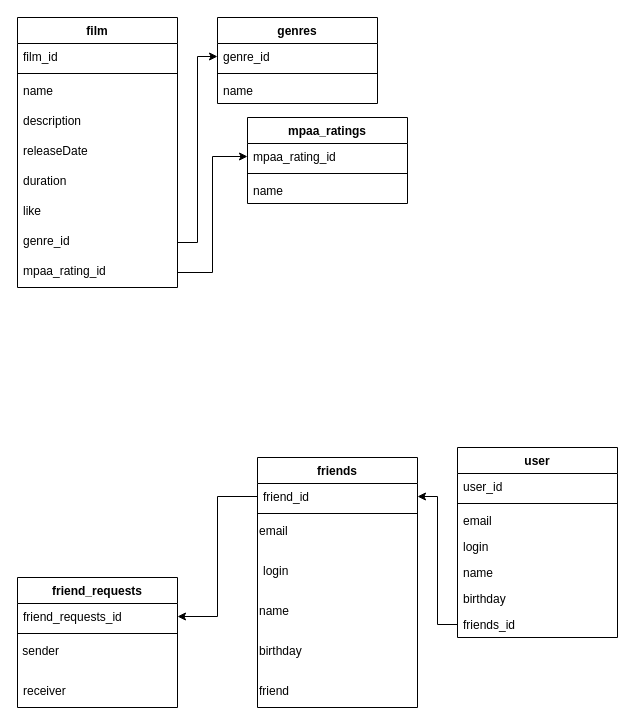
Above: Untitled Diagram.drawio in Soylf/java-filmorate (draw.io), before the change. Source tidied: cells renumbered, new cells numbered last; positions are measured from the earlier drawing's top-left corner, leaving out a move shared by most shapes. Both pictures are drawn from the tidied source at 100%, with x=0, y=0 at pixel (17, 17).
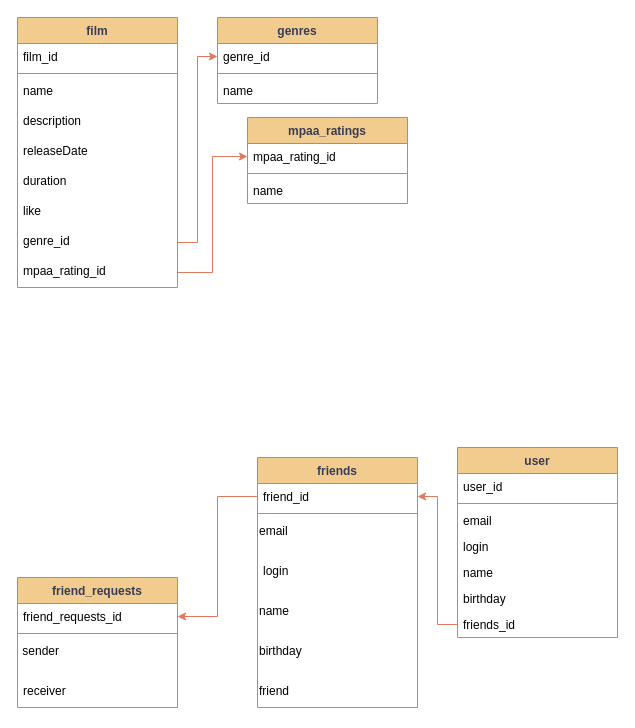
After the change.

Change to the diagram source:
```diff
@@
-    <mxCell id="2" value="film" style="swimlane;fontStyle=1;align=center;verticalAlign=top;horizontal=1;startSize=26;whiteSpace=wrap;html=1;direction=east;" parent="1" vertex="1">
+    <mxCell id="2" value="film" style="swimlane;fontStyle=1;align=center;verticalAlign=top;horizontal=1;startSize=26;whiteSpace=wrap;html=1;direction=east;labelBackgroundColor=none;fillColor=#F2CC8F;strokeColor=#E07A5F;fontColor=#393C56;" parent="1" vertex="1">
       <mxGeometry width="160" height="270" as="geometry" />
     </mxCell>
-    <mxCell id="3" value="film_id" style="text;strokeColor=none;fillColor=none;align=left;verticalAlign=top;spacingLeft=4;spacingRight=4;overflow=hidden;whiteSpace=wrap;html=1;" parent="2" vertex="1">
+    <mxCell id="3" value="film_id" style="text;align=left;verticalAlign=top;spacingLeft=4;spacingRight=4;overflow=hidden;whiteSpace=wrap;html=1;labelBackgroundColor=none;" parent="2" vertex="1">
       <mxGeometry y="26" width="160" height="26" as="geometry" />
     </mxCell>
-    <mxCell id="4" style="line;strokeWidth=1;fillColor=none;align=left;verticalAlign=middle;spacingTop=-1;spacingLeft=3;spacingRight=3;labelPosition=right;strokeColor=inherit;" parent="2" vertex="1">
+    <mxCell id="4" style="line;strokeWidth=1;fillColor=none;align=left;verticalAlign=middle;spacingTop=-1;spacingLeft=3;spacingRight=3;labelPosition=right;strokeColor=#E07A5F;labelBackgroundColor=none;fontColor=#393C56;" parent="2" vertex="1">
       <mxGeometry y="52" width="160" height="8" as="geometry" />
     </mxCell>
-    <mxCell id="5" value="name" style="text;strokeColor=none;fillColor=none;align=left;verticalAlign=top;spacingLeft=4;spacingRight=4;overflow=hidden;whiteSpace=wrap;html=1;" parent="2" vertex="1">
+    <mxCell id="5" value="name" style="text;align=left;verticalAlign=top;spacingLeft=4;spacingRight=4;overflow=hidden;whiteSpace=wrap;html=1;labelBackgroundColor=none;" parent="2" vertex="1">
       <mxGeometry y="60" width="160" height="30" as="geometry" />
     </mxCell>
-    <mxCell id="6" value="description" style="text;strokeColor=none;fillColor=none;align=left;verticalAlign=top;spacingLeft=4;spacingRight=4;overflow=hidden;whiteSpace=wrap;html=1;" parent="2" vertex="1">
+    <mxCell id="6" value="description" style="text;align=left;verticalAlign=top;spacingLeft=4;spacingRight=4;overflow=hidden;whiteSpace=wrap;html=1;labelBackgroundColor=none;" parent="2" vertex="1">
       <mxGeometry y="90" width="160" height="30" as="geometry" />
     </mxCell>
-    <mxCell id="7" value="releaseDate" style="text;strokeColor=none;fillColor=none;align=left;verticalAlign=top;spacingLeft=4;spacingRight=4;overflow=hidden;whiteSpace=wrap;html=1;" parent="2" vertex="1">
+    <mxCell id="7" value="releaseDate" style="text;align=left;verticalAlign=top;spacingLeft=4;spacingRight=4;overflow=hidden;whiteSpace=wrap;html=1;labelBackgroundColor=none;" parent="2" vertex="1">
       <mxGeometry y="120" width="160" height="30" as="geometry" />
     </mxCell>
-    <mxCell id="8" value="duration" style="text;strokeColor=none;fillColor=none;align=left;verticalAlign=top;spacingLeft=4;spacingRight=4;overflow=hidden;whiteSpace=wrap;html=1;" parent="2" vertex="1">
+    <mxCell id="8" value="duration" style="text;align=left;verticalAlign=top;spacingLeft=4;spacingRight=4;overflow=hidden;whiteSpace=wrap;html=1;labelBackgroundColor=none;" parent="2" vertex="1">
       <mxGeometry y="150" width="160" height="30" as="geometry" />
     </mxCell>
-    <mxCell id="9" value="like" style="text;strokeColor=none;fillColor=none;align=left;verticalAlign=top;spacingLeft=4;spacingRight=4;overflow=hidden;whiteSpace=wrap;html=1;" parent="2" vertex="1">
+    <mxCell id="9" value="like" style="text;align=left;verticalAlign=top;spacingLeft=4;spacingRight=4;overflow=hidden;whiteSpace=wrap;html=1;labelBackgroundColor=none;" parent="2" vertex="1">
       <mxGeometry y="180" width="160" height="30" as="geometry" />
     </mxCell>
-    <mxCell id="10" value="genre_id" style="text;strokeColor=none;fillColor=none;align=left;verticalAlign=top;spacingLeft=4;spacingRight=4;overflow=hidden;points=[[0,0.5],[1,0.5]];portConstraint=eastwest;whiteSpace=wrap;html=1;" parent="2" vertex="1">
+    <mxCell id="10" value="genre_id" style="text;align=left;verticalAlign=top;spacingLeft=4;spacingRight=4;overflow=hidden;points=[[0,0.5],[1,0.5]];portConstraint=eastwest;whiteSpace=wrap;html=1;labelBackgroundColor=none;" parent="2" vertex="1">
       <mxGeometry y="210" width="160" height="30" as="geometry" />
     </mxCell>
-    <mxCell id="11" value="mpaa_rating_id" style="text;strokeColor=none;fillColor=none;align=left;verticalAlign=top;spacingLeft=4;spacingRight=4;overflow=hidden;points=[[0,0.5],[1,0.5]];portConstraint=eastwest;whiteSpace=wrap;html=1;" parent="2" vertex="1">
+    <mxCell id="11" value="mpaa_rating_id" style="text;align=left;verticalAlign=top;spacingLeft=4;spacingRight=4;overflow=hidden;points=[[0,0.5],[1,0.5]];portConstraint=eastwest;whiteSpace=wrap;html=1;labelBackgroundColor=none;" parent="2" vertex="1">
       <mxGeometry y="240" width="160" height="30" as="geometry" />
     </mxCell>
-    <mxCell id="12" value="genres" style="swimlane;fontStyle=1;align=center;verticalAlign=top;horizontal=1;startSize=26;whiteSpace=wrap;html=1;" parent="1" vertex="1">
+    <mxCell id="12" value="genres" style="swimlane;fontStyle=1;align=center;verticalAlign=top;horizontal=1;startSize=26;whiteSpace=wrap;html=1;labelBackgroundColor=none;fillColor=#F2CC8F;strokeColor=#E07A5F;fontColor=#393C56;" parent="1" vertex="1">
       <mxGeometry x="200" width="160" height="86" as="geometry" />
     </mxCell>
-    <mxCell id="13" value="genre_id" style="text;strokeColor=none;fillColor=none;align=left;verticalAlign=top;spacingLeft=4;spacingRight=4;overflow=hidden;points=[[0,0.5],[1,0.5]];portConstraint=eastwest;whiteSpace=wrap;html=1;" parent="12" vertex="1">
+    <mxCell id="13" value="genre_id" style="text;align=left;verticalAlign=top;spacingLeft=4;spacingRight=4;overflow=hidden;points=[[0,0.5],[1,0.5]];portConstraint=eastwest;whiteSpace=wrap;html=1;labelBackgroundColor=none;" parent="12" vertex="1">
       <mxGeometry y="26" width="160" height="26" as="geometry" />
     </mxCell>
-    <mxCell id="14" style="line;strokeWidth=1;fillColor=none;align=left;verticalAlign=middle;spacingTop=-1;spacingLeft=3;spacingRight=3;labelPosition=right;strokeColor=inherit;" parent="12" vertex="1">
+    <mxCell id="14" style="line;strokeWidth=1;fillColor=none;align=left;verticalAlign=middle;spacingTop=-1;spacingLeft=3;spacingRight=3;labelPosition=right;strokeColor=#E07A5F;labelBackgroundColor=none;fontColor=#393C56;" parent="12" vertex="1">
       <mxGeometry y="52" width="160" height="8" as="geometry" />
     </mxCell>
-    <mxCell id="15" value="name" style="text;strokeColor=none;fillColor=none;align=left;verticalAlign=top;spacingLeft=4;spacingRight=4;overflow=hidden;whiteSpace=wrap;html=1;" parent="12" vertex="1">
+    <mxCell id="15" value="name" style="text;align=left;verticalAlign=top;spacingLeft=4;spacingRight=4;overflow=hidden;whiteSpace=wrap;html=1;labelBackgroundColor=none;" parent="12" vertex="1">
       <mxGeometry y="60" width="160" height="26" as="geometry" />
     </mxCell>
-    <mxCell id="16" value="mpaa_ratings" style="swimlane;fontStyle=1;align=center;verticalAlign=top;horizontal=1;startSize=26;whiteSpace=wrap;html=1;" parent="1" vertex="1">
+    <mxCell id="16" value="mpaa_ratings" style="swimlane;fontStyle=1;align=center;verticalAlign=top;horizontal=1;startSize=26;whiteSpace=wrap;html=1;labelBackgroundColor=none;fillColor=#F2CC8F;strokeColor=#E07A5F;fontColor=#393C56;" parent="1" vertex="1">
       <mxGeometry x="230" y="100" width="160" height="86" as="geometry" />
     </mxCell>
-    <mxCell id="17" value="mpaa_rating_id" style="text;strokeColor=none;fillColor=none;align=left;verticalAlign=top;spacingLeft=4;spacingRight=4;overflow=hidden;points=[[0,0.5],[1,0.5]];portConstraint=eastwest;whiteSpace=wrap;html=1;" parent="16" vertex="1">
+    <mxCell id="17" value="mpaa_rating_id" style="text;align=left;verticalAlign=top;spacingLeft=4;spacingRight=4;overflow=hidden;points=[[0,0.5],[1,0.5]];portConstraint=eastwest;whiteSpace=wrap;html=1;labelBackgroundColor=none;" parent="16" vertex="1">
       <mxGeometry y="26" width="160" height="26" as="geometry" />
     </mxCell>
-    <mxCell id="18" style="line;strokeWidth=1;fillColor=none;align=left;verticalAlign=middle;spacingTop=-1;spacingLeft=3;spacingRight=3;labelPosition=right;strokeColor=inherit;" parent="16" vertex="1">
+    <mxCell id="18" style="line;strokeWidth=1;fillColor=none;align=left;verticalAlign=middle;spacingTop=-1;spacingLeft=3;spacingRight=3;labelPosition=right;strokeColor=#E07A5F;labelBackgroundColor=none;fontColor=#393C56;" parent="16" vertex="1">
       <mxGeometry y="52" width="160" height="8" as="geometry" />
     </mxCell>
-    <mxCell id="19" value="name" style="text;strokeColor=none;fillColor=none;align=left;verticalAlign=top;spacingLeft=4;spacingRight=4;overflow=hidden;whiteSpace=wrap;html=1;" parent="16" vertex="1">
+    <mxCell id="19" value="name" style="text;align=left;verticalAlign=top;spacingLeft=4;spacingRight=4;overflow=hidden;whiteSpace=wrap;html=1;labelBackgroundColor=none;" parent="16" vertex="1">
       <mxGeometry y="60" width="160" height="26" as="geometry" />
     </mxCell>
-    <mxCell id="20" style="edgeStyle=orthogonalEdgeStyle;rounded=0;jettySize=auto;html=1;exitX=1;exitY=0.5;exitDx=0;exitDy=0;entryX=0;entryY=0.5;entryDx=0;entryDy=0;" parent="1" edge="1" source="11" target="17">
+    <mxCell id="20" style="edgeStyle=orthogonalEdgeStyle;rounded=0;jettySize=auto;html=1;exitX=1;exitY=0.5;exitDx=0;exitDy=0;entryX=0;entryY=0.5;entryDx=0;entryDy=0;labelBackgroundColor=none;strokeColor=#E07A5F;fontColor=default;" parent="1" edge="1" source="11" target="17">
       <mxGeometry relative="1" as="geometry" />
     </mxCell>
-    <mxCell id="21" style="edgeStyle=orthogonalEdgeStyle;rounded=0;jettySize=auto;html=1;exitX=1;exitY=0.5;exitDx=0;exitDy=0;entryX=0;entryY=0.5;entryDx=0;entryDy=0;" parent="1" edge="1" source="10" target="13">
+    <mxCell id="21" style="edgeStyle=orthogonalEdgeStyle;rounded=0;jettySize=auto;html=1;exitX=1;exitY=0.5;exitDx=0;exitDy=0;entryX=0;entryY=0.5;entryDx=0;entryDy=0;labelBackgroundColor=none;strokeColor=#E07A5F;fontColor=default;" parent="1" edge="1" source="10" target="13">
       <mxGeometry relative="1" as="geometry" />
     </mxCell>
-    <mxCell id="22" value="user" style="swimlane;fontStyle=1;align=center;verticalAlign=top;horizontal=1;startSize=26;whiteSpace=wrap;html=1;" parent="1" vertex="1">
+    <mxCell id="22" value="user" style="swimlane;fontStyle=1;align=center;verticalAlign=top;horizontal=1;startSize=26;whiteSpace=wrap;html=1;labelBackgroundColor=none;fillColor=#F2CC8F;strokeColor=#E07A5F;fontColor=#393C56;" parent="1" vertex="1">
       <mxGeometry x="440" y="430" width="160" height="190" as="geometry" />
     </mxCell>
-    <mxCell id="23" value="user_id" style="text;strokeColor=none;fillColor=none;align=left;verticalAlign=top;spacingLeft=4;spacingRight=4;overflow=hidden;whiteSpace=wrap;html=1;" parent="22" vertex="1">
+    <mxCell id="23" value="user_id" style="text;align=left;verticalAlign=top;spacingLeft=4;spacingRight=4;overflow=hidden;whiteSpace=wrap;html=1;labelBackgroundColor=none;" parent="22" vertex="1">
       <mxGeometry y="26" width="160" height="26" as="geometry" />
     </mxCell>
-    <mxCell id="24" style="line;strokeWidth=1;fillColor=none;align=left;verticalAlign=middle;spacingTop=-1;spacingLeft=3;spacingRight=3;labelPosition=right;strokeColor=inherit;" parent="22" vertex="1">
+    <mxCell id="24" style="line;strokeWidth=1;fillColor=none;align=left;verticalAlign=middle;spacingTop=-1;spacingLeft=3;spacingRight=3;labelPosition=right;strokeColor=#E07A5F;labelBackgroundColor=none;fontColor=#393C56;" parent="22" vertex="1">
       <mxGeometry y="52" width="160" height="8" as="geometry" />
     </mxCell>
-    <mxCell id="25" value="email" style="text;strokeColor=none;fillColor=none;align=left;verticalAlign=top;spacingLeft=4;spacingRight=4;overflow=hidden;whiteSpace=wrap;html=1;" parent="22" vertex="1">
+    <mxCell id="25" value="email" style="text;align=left;verticalAlign=top;spacingLeft=4;spacingRight=4;overflow=hidden;whiteSpace=wrap;html=1;labelBackgroundColor=none;" parent="22" vertex="1">
       <mxGeometry y="60" width="160" height="26" as="geometry" />
     </mxCell>
-    <mxCell id="26" value="login" style="text;strokeColor=none;fillColor=none;align=left;verticalAlign=top;spacingLeft=4;spacingRight=4;overflow=hidden;whiteSpace=wrap;html=1;" parent="22" vertex="1">
+    <mxCell id="26" value="login" style="text;align=left;verticalAlign=top;spacingLeft=4;spacingRight=4;overflow=hidden;whiteSpace=wrap;html=1;labelBackgroundColor=none;" parent="22" vertex="1">
       <mxGeometry y="86" width="160" height="26" as="geometry" />
     </mxCell>
-    <mxCell id="27" value="name" style="text;strokeColor=none;fillColor=none;align=left;verticalAlign=top;spacingLeft=4;spacingRight=4;overflow=hidden;whiteSpace=wrap;html=1;" parent="22" vertex="1">
+    <mxCell id="27" value="name" style="text;align=left;verticalAlign=top;spacingLeft=4;spacingRight=4;overflow=hidden;whiteSpace=wrap;html=1;labelBackgroundColor=none;" parent="22" vertex="1">
       <mxGeometry y="112" width="160" height="26" as="geometry" />
     </mxCell>
-    <mxCell id="28" value="birthday" style="text;strokeColor=none;fillColor=none;align=left;verticalAlign=top;spacingLeft=4;spacingRight=4;overflow=hidden;whiteSpace=wrap;html=1;" parent="22" vertex="1">
+    <mxCell id="28" value="birthday" style="text;align=left;verticalAlign=top;spacingLeft=4;spacingRight=4;overflow=hidden;whiteSpace=wrap;html=1;labelBackgroundColor=none;" parent="22" vertex="1">
       <mxGeometry y="138" width="160" height="26" as="geometry" />
     </mxCell>
-    <mxCell id="29" value="friends_id" style="text;strokeColor=none;fillColor=none;align=left;verticalAlign=top;spacingLeft=4;spacingRight=4;overflow=hidden;points=[[0,0.5],[1,0.5]];portConstraint=eastwest;whiteSpace=wrap;html=1;" parent="22" vertex="1">
+    <mxCell id="29" value="friends_id" style="text;align=left;verticalAlign=top;spacingLeft=4;spacingRight=4;overflow=hidden;points=[[0,0.5],[1,0.5]];portConstraint=eastwest;whiteSpace=wrap;html=1;labelBackgroundColor=none;" parent="22" vertex="1">
       <mxGeometry y="164" width="160" height="26" as="geometry" />
     </mxCell>
-    <mxCell id="30" value="friend_requests" style="swimlane;fontStyle=1;align=center;verticalAlign=top;horizontal=1;startSize=26;whiteSpace=wrap;html=1;" parent="1" vertex="1">
+    <mxCell id="30" value="friend_requests" style="swimlane;fontStyle=1;align=center;verticalAlign=top;horizontal=1;startSize=26;whiteSpace=wrap;html=1;labelBackgroundColor=none;fillColor=#F2CC8F;strokeColor=#E07A5F;fontColor=#393C56;" parent="1" vertex="1">
       <mxGeometry y="560" width="160" height="130" as="geometry" />
     </mxCell>
-    <mxCell id="31" value="friend_requests_id" style="text;strokeColor=none;fillColor=none;align=left;verticalAlign=top;spacingLeft=4;spacingRight=4;overflow=hidden;points=[[0,0.5],[1,0.5]];portConstraint=eastwest;whiteSpace=wrap;html=1;" parent="30" vertex="1">
+    <mxCell id="31" value="friend_requests_id" style="text;align=left;verticalAlign=top;spacingLeft=4;spacingRight=4;overflow=hidden;points=[[0,0.5],[1,0.5]];portConstraint=eastwest;whiteSpace=wrap;html=1;labelBackgroundColor=none;" parent="30" vertex="1">
       <mxGeometry y="26" width="160" height="26" as="geometry" />
     </mxCell>
-    <mxCell id="32" style="line;strokeWidth=1;fillColor=none;align=left;verticalAlign=middle;spacingTop=-1;spacingLeft=3;spacingRight=3;labelPosition=right;strokeColor=inherit;" parent="30" vertex="1">
+    <mxCell id="32" style="line;strokeWidth=1;fillColor=none;align=left;verticalAlign=middle;spacingTop=-1;spacingLeft=3;spacingRight=3;labelPosition=right;strokeColor=#E07A5F;labelBackgroundColor=none;fontColor=#393C56;" parent="30" vertex="1">
       <mxGeometry y="52" width="160" height="8" as="geometry" />
     </mxCell>
-    <mxCell id="33" value="&amp;nbsp;sender" style="text;whiteSpace=wrap;html=1;" parent="30" vertex="1">
+    <mxCell id="33" value="&amp;nbsp;sender" style="text;whiteSpace=wrap;html=1;labelBackgroundColor=none;" parent="30" vertex="1">
       <mxGeometry y="60" width="160" height="40" as="geometry" />
     </mxCell>
-    <mxCell id="34" value="receiver" style="text;strokeColor=none;fillColor=none;align=left;verticalAlign=top;spacingLeft=4;spacingRight=4;overflow=hidden;whiteSpace=wrap;html=1;" parent="30" vertex="1">
+    <mxCell id="34" value="receiver" style="text;align=left;verticalAlign=top;spacingLeft=4;spacingRight=4;overflow=hidden;whiteSpace=wrap;html=1;labelBackgroundColor=none;" parent="30" vertex="1">
       <mxGeometry y="100" width="160" height="30" as="geometry" />
     </mxCell>
-    <mxCell id="35" value="friends" style="swimlane;fontStyle=1;align=center;verticalAlign=top;horizontal=1;startSize=26;whiteSpace=wrap;html=1;" parent="1" vertex="1">
+    <mxCell id="35" value="friends" style="swimlane;fontStyle=1;align=center;verticalAlign=top;horizontal=1;startSize=26;whiteSpace=wrap;html=1;labelBackgroundColor=none;fillColor=#F2CC8F;strokeColor=#E07A5F;fontColor=#393C56;" parent="1" vertex="1">
       <mxGeometry x="240" y="440" width="160" height="250" as="geometry" />
     </mxCell>
-    <mxCell id="36" value="friend_id" style="text;strokeColor=none;fillColor=none;align=left;verticalAlign=top;spacingLeft=4;spacingRight=4;overflow=hidden;points=[[0,0.5],[1,0.5]];portConstraint=eastwest;whiteSpace=wrap;html=1;" parent="35" vertex="1">
+    <mxCell id="36" value="friend_id" style="text;align=left;verticalAlign=top;spacingLeft=4;spacingRight=4;overflow=hidden;points=[[0,0.5],[1,0.5]];portConstraint=eastwest;whiteSpace=wrap;html=1;labelBackgroundColor=none;" parent="35" vertex="1">
       <mxGeometry y="26" width="160" height="26" as="geometry" />
     </mxCell>
-    <mxCell id="37" style="line;strokeWidth=1;fillColor=none;align=left;verticalAlign=middle;spacingTop=-1;spacingLeft=3;spacingRight=3;labelPosition=right;strokeColor=inherit;" parent="35" vertex="1">
+    <mxCell id="37" style="line;strokeWidth=1;fillColor=none;align=left;verticalAlign=middle;spacingTop=-1;spacingLeft=3;spacingRight=3;labelPosition=right;strokeColor=#E07A5F;labelBackgroundColor=none;fontColor=#393C56;" parent="35" vertex="1">
       <mxGeometry y="52" width="160" height="8" as="geometry" />
     </mxCell>
-    <mxCell id="38" value="email" style="text;whiteSpace=wrap;html=1;" parent="35" vertex="1">
+    <mxCell id="38" value="email" style="text;whiteSpace=wrap;html=1;labelBackgroundColor=none;" parent="35" vertex="1">
       <mxGeometry y="60" width="160" height="40" as="geometry" />
     </mxCell>
-    <mxCell id="39" value="login" style="text;strokeColor=none;fillColor=none;align=left;verticalAlign=top;spacingLeft=4;spacingRight=4;overflow=hidden;whiteSpace=wrap;html=1;" parent="35" vertex="1">
+    <mxCell id="39" value="login" style="text;align=left;verticalAlign=top;spacingLeft=4;spacingRight=4;overflow=hidden;whiteSpace=wrap;html=1;labelBackgroundColor=none;" parent="35" vertex="1">
       <mxGeometry y="100" width="160" height="40" as="geometry" />
     </mxCell>
-    <mxCell id="40" value="name" style="text;whiteSpace=wrap;html=1;" parent="35" vertex="1">
+    <mxCell id="40" value="name" style="text;whiteSpace=wrap;html=1;labelBackgroundColor=none;" parent="35" vertex="1">
       <mxGeometry y="140" width="160" height="40" as="geometry" />
     </mxCell>
-    <mxCell id="41" value="birthday" style="text;whiteSpace=wrap;html=1;" parent="35" vertex="1">
+    <mxCell id="41" value="birthday" style="text;whiteSpace=wrap;html=1;labelBackgroundColor=none;" parent="35" vertex="1">
       <mxGeometry y="180" width="160" height="40" as="geometry" />
     </mxCell>
-    <mxCell id="42" value="friend" style="text;whiteSpace=wrap;html=1;" parent="35" vertex="1">
+    <mxCell id="42" value="friend" style="text;whiteSpace=wrap;html=1;labelBackgroundColor=none;" parent="35" vertex="1">
       <mxGeometry y="220" width="160" height="30" as="geometry" />
     </mxCell>
-    <mxCell id="43" style="edgeStyle=orthogonalEdgeStyle;rounded=0;jettySize=auto;html=1;exitX=0;exitY=0.5;exitDx=0;exitDy=0;entryX=1;entryY=0.5;entryDx=0;entryDy=0;" parent="1" edge="1" source="29" target="36">
+    <mxCell id="43" style="edgeStyle=orthogonalEdgeStyle;rounded=0;jettySize=auto;html=1;exitX=0;exitY=0.5;exitDx=0;exitDy=0;entryX=1;entryY=0.5;entryDx=0;entryDy=0;labelBackgroundColor=none;strokeColor=#E07A5F;fontColor=default;" parent="1" edge="1" source="29" target="36">
       <mxGeometry relative="1" as="geometry" />
     </mxCell>
-    <mxCell id="44" style="edgeStyle=orthogonalEdgeStyle;rounded=0;jettySize=auto;html=1;exitX=0;exitY=0.5;exitDx=0;exitDy=0;entryX=1;entryY=0.5;entryDx=0;entryDy=0;" parent="1" edge="1" source="36" target="31">
+    <mxCell id="44" style="edgeStyle=orthogonalEdgeStyle;rounded=0;jettySize=auto;html=1;exitX=0;exitY=0.5;exitDx=0;exitDy=0;entryX=1;entryY=0.5;entryDx=0;entryDy=0;labelBackgroundColor=none;strokeColor=#E07A5F;fontColor=default;" parent="1" edge="1" source="36" target="31">
       <mxGeometry relative="1" as="geometry" />
     </mxCell>
```
